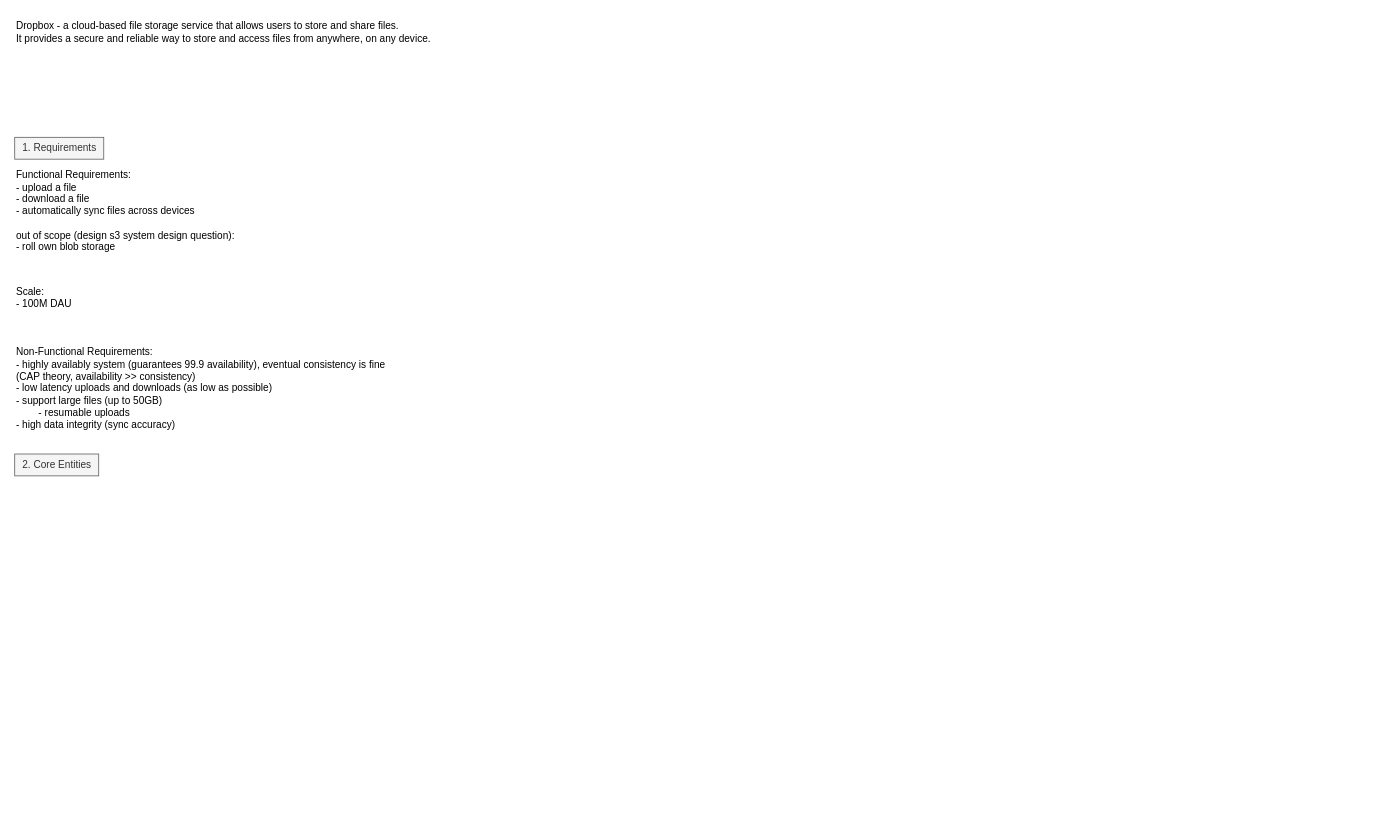
Above: page "dropbox" (3 of 3) of system_design.drawio in lacrimae/system_design_practice (draw.io), before the change. Source tidied: cells renumbered, new cells numbered last; positions are measured from the earlier drawing's top-left corner, leaving out a move shared by most shapes. Both pictures are drawn from the tidied source at 84%, with x=0, y=0 at pixel (14, 14).
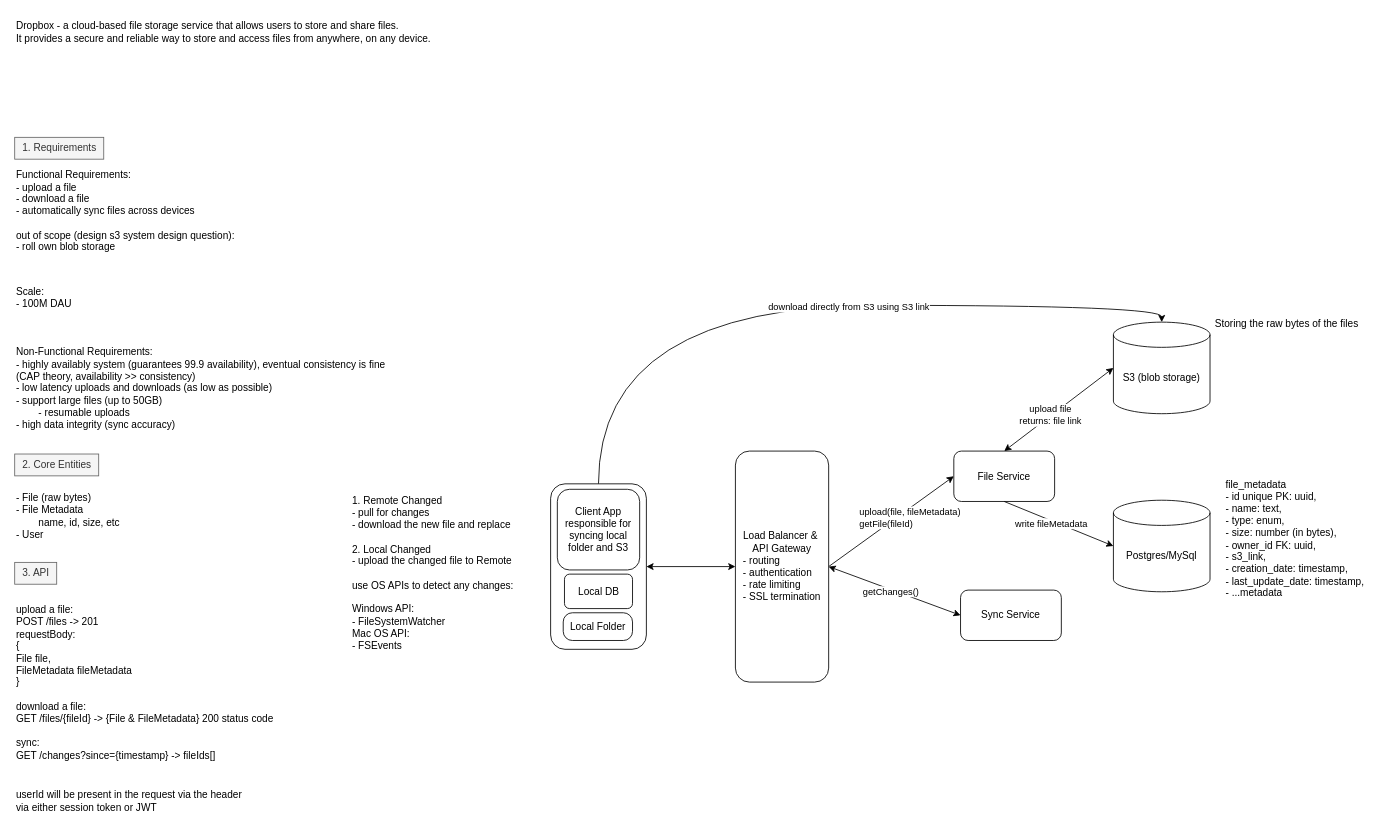
After the change.

The edit, as a diff of the source:
```diff
@@
+    <mxCell id="8" value="- File (raw bytes)&lt;div&gt;- File Metadata&lt;br&gt;&lt;span style=&quot;white-space: pre;&quot;&gt;&#9;&lt;/span&gt;name, id, size, etc&lt;br&gt;&lt;/div&gt;&lt;div&gt;- User&lt;/div&gt;" style="text;html=1;align=left;verticalAlign=middle;strokeColor=none;fillColor=none;" parent="1" vertex="1">
+      <mxGeometry y="562" width="141" height="70" as="geometry" />
+    </mxCell>
+    <mxCell id="9" value="3. API" style="text;html=1;align=center;verticalAlign=middle;strokeColor=#666666;fillColor=#f5f5f5;fontColor=#333333;" parent="1" vertex="1">
+      <mxGeometry y="652" width="50" height="26" as="geometry" />
+    </mxCell>
+    <mxCell id="10" value="&lt;div&gt;upload a file:&lt;/div&gt;POST /files -&amp;gt; 201&lt;div&gt;requestBody:&amp;nbsp;&lt;/div&gt;&lt;div&gt;{&lt;/div&gt;&lt;div&gt;File file,&lt;/div&gt;&lt;div&gt;FileMetadata fileMetadata&lt;/div&gt;&lt;div&gt;}&lt;br&gt;&lt;div&gt;&lt;br&gt;&lt;/div&gt;&lt;div&gt;download a file:&lt;/div&gt;&lt;div&gt;GET /files/{fileId} -&amp;gt; {File &amp;amp; FileMetadata} 200 status code&lt;/div&gt;&lt;div&gt;&lt;br&gt;&lt;/div&gt;&lt;div&gt;sync:&lt;/div&gt;&lt;div&gt;GET /changes?since={timestamp} -&amp;gt; fileIds[]&lt;/div&gt;&lt;/div&gt;" style="text;html=1;align=left;verticalAlign=middle;strokeColor=none;fillColor=none;" parent="1" vertex="1">
+      <mxGeometry y="695" width="324" height="199" as="geometry" />
+    </mxCell>
+    <mxCell id="11" value="userId will be present in the request via the header&lt;div&gt;via either session token or JWT&lt;/div&gt;" style="text;html=1;align=left;verticalAlign=middle;strokeColor=none;fillColor=none;" parent="1" vertex="1">
+      <mxGeometry y="915" width="287" height="41" as="geometry" />
+    </mxCell>
+    <mxCell id="12" style="edgeStyle=orthogonalEdgeStyle;rounded=0;jettySize=auto;html=1;exitX=1;exitY=0.5;exitDx=0;exitDy=0;entryX=0;entryY=0.5;entryDx=0;entryDy=0;startArrow=classic;startFill=1;" parent="1" edge="1" source="16" target="21">
+      <mxGeometry relative="1" as="geometry" />
+    </mxCell>
+    <mxCell id="13" value="File Service" style="rounded=1;whiteSpace=wrap;html=1;" parent="1" vertex="1">
+      <mxGeometry x="1118" y="519.5" width="120" height="60" as="geometry" />
+    </mxCell>
+    <mxCell id="14" style="edgeStyle=orthogonalEdgeStyle;rounded=0;jettySize=auto;html=1;exitX=0.5;exitY=0;exitDx=0;exitDy=0;entryX=0.5;entryY=0;entryDx=0;entryDy=0;entryPerimeter=0;curved=1;" parent="1" edge="1" source="16" target="22">
+      <mxGeometry relative="1" as="geometry" />
+    </mxCell>
+    <mxCell id="15" value="download directly from S3 using S3 link" style="edgeLabel;html=1;align=center;verticalAlign=middle;" parent="14" vertex="1">
+      <mxGeometry x="0.13" y="-1" relative="1" as="geometry" />
+    </mxCell>
+    <mxCell id="16" style="rounded=1;whiteSpace=wrap;html=1;" parent="1" vertex="1">
+      <mxGeometry x="638" y="558.5" width="114" height="197" as="geometry" />
+    </mxCell>
+    <mxCell id="17" style="rounded=0;jettySize=auto;html=1;exitX=1;exitY=0.5;exitDx=0;exitDy=0;entryX=0;entryY=0.5;entryDx=0;entryDy=0;" parent="1" edge="1" source="21" target="13">
+      <mxGeometry relative="1" as="geometry" />
+    </mxCell>
+    <mxCell id="18" value="upload(file, fileMetadata)&lt;div&gt;getFile(fileId)&lt;/div&gt;" style="edgeLabel;html=1;align=left;verticalAlign=middle;" parent="17" vertex="1">
+      <mxGeometry x="0.03" y="4" relative="1" as="geometry">
+        <mxPoint x="-40" as="offset" />
+      </mxGeometry>
+    </mxCell>
+    <mxCell id="19" style="rounded=0;jettySize=auto;html=1;exitX=1;exitY=0.5;exitDx=0;exitDy=0;entryX=0;entryY=0.5;entryDx=0;entryDy=0;startArrow=classic;startFill=1;" parent="1" edge="1" source="21" target="33">
+      <mxGeometry relative="1" as="geometry" />
+    </mxCell>
+    <mxCell id="20" value="getChanges()" style="edgeLabel;html=1;align=center;verticalAlign=middle;" parent="19" vertex="1">
+      <mxGeometry x="-0.06" y="-2" relative="1" as="geometry" />
+    </mxCell>
+    <mxCell id="21" value="Load Balancer &amp;amp;&amp;nbsp;&lt;div&gt;API Gateway&lt;/div&gt;&lt;div style=&quot;text-align: left;&quot;&gt;- routing&lt;/div&gt;&lt;div style=&quot;text-align: left;&quot;&gt;- authentication&lt;/div&gt;&lt;div style=&quot;text-align: left;&quot;&gt;- rate limiting&lt;/div&gt;&lt;div style=&quot;text-align: left;&quot;&gt;- SSL termination&lt;/div&gt;" style="rounded=1;whiteSpace=wrap;html=1;" parent="1" vertex="1">
+      <mxGeometry x="858" y="519.5" width="111" height="275" as="geometry" />
+    </mxCell>
+    <mxCell id="22" value="S3 (blob storage)" style="shape=cylinder3;whiteSpace=wrap;html=1;boundedLbl=1;backgroundOutline=1;size=15;" parent="1" vertex="1">
+      <mxGeometry x="1308" y="366" width="115" height="109" as="geometry" />
+    </mxCell>
+    <mxCell id="23" value="Postgres/MySql" style="shape=cylinder3;whiteSpace=wrap;html=1;boundedLbl=1;backgroundOutline=1;size=15;" parent="1" vertex="1">
+      <mxGeometry x="1308" y="578" width="115" height="109" as="geometry" />
+    </mxCell>
+    <mxCell id="24" style="rounded=0;jettySize=auto;html=1;exitX=0.5;exitY=0;exitDx=0;exitDy=0;entryX=0;entryY=0.5;entryDx=0;entryDy=0;entryPerimeter=0;startArrow=classic;startFill=1;" parent="1" edge="1" source="13" target="22">
+      <mxGeometry relative="1" as="geometry" />
+    </mxCell>
+    <mxCell id="25" value="upload file&lt;div&gt;returns: file link&lt;/div&gt;" style="edgeLabel;html=1;align=center;verticalAlign=middle;" parent="24" vertex="1">
+      <mxGeometry x="-0.16" y="1" relative="1" as="geometry" />
+    </mxCell>
+    <mxCell id="26" style="rounded=0;jettySize=auto;html=1;exitX=0.5;exitY=1;exitDx=0;exitDy=0;entryX=0;entryY=0.5;entryDx=0;entryDy=0;entryPerimeter=0;" parent="1" edge="1" source="13" target="23">
+      <mxGeometry relative="1" as="geometry" />
+    </mxCell>
+    <mxCell id="27" value="write fileMetadata" style="edgeLabel;html=1;align=center;verticalAlign=middle;" parent="26" vertex="1">
+      <mxGeometry x="-0.13" y="-3" relative="1" as="geometry" />
+    </mxCell>
+    <mxCell id="28" value="file_metadata&lt;div&gt;- id unique PK: uuid,&lt;/div&gt;&lt;div&gt;- name: text,&lt;/div&gt;&lt;div&gt;- type: enum,&lt;/div&gt;&lt;div&gt;- size: number (in bytes),&lt;/div&gt;&lt;div&gt;- owner_id FK: uuid,&lt;/div&gt;&lt;div&gt;- s3_link,&lt;/div&gt;&lt;div&gt;- creation_date: timestamp,&lt;/div&gt;&lt;div&gt;- last_update_date: timestamp,&lt;/div&gt;&lt;div&gt;- ...metadata&lt;/div&gt;" style="text;html=1;align=left;verticalAlign=middle;strokeColor=none;fillColor=none;" parent="1" vertex="1">
+      <mxGeometry x="1440" y="546" width="183" height="156" as="geometry" />
+    </mxCell>
+    <mxCell id="29" value="Storing the raw bytes of the files" style="text;html=1;align=center;verticalAlign=middle;strokeColor=none;fillColor=none;" parent="1" vertex="1">
+      <mxGeometry x="1419" y="355" width="189" height="26" as="geometry" />
+    </mxCell>
+    <mxCell id="30" value="Local Folder" style="rounded=1;whiteSpace=wrap;html=1;arcSize=33;" parent="1" vertex="1">
+      <mxGeometry x="653" y="712" width="82.5" height="33" as="geometry" />
+    </mxCell>
+    <mxCell id="31" value="Client App&lt;div&gt;responsible for syncing local folder and S3&lt;/div&gt;" style="rounded=1;whiteSpace=wrap;html=1;" parent="1" vertex="1">
+      <mxGeometry x="646" y="565" width="98" height="96" as="geometry" />
+    </mxCell>
+    <mxCell id="32" value="1. Remote Changed&lt;div&gt;- pull for changes&lt;/div&gt;&lt;div&gt;- download the new file and replace&lt;/div&gt;&lt;div&gt;&lt;br&gt;&lt;/div&gt;&lt;div&gt;2. Local Changed&lt;/div&gt;&lt;div&gt;- upload the changed file to Remote&lt;/div&gt;&lt;div&gt;&lt;br&gt;&lt;/div&gt;&lt;div&gt;use OS APIs to detect any changes:&lt;/div&gt;&lt;div&gt;&lt;br&gt;&lt;/div&gt;&lt;div&gt;Windows API:&amp;nbsp;&lt;/div&gt;&lt;div&gt;- FileSystemWatcher&lt;/div&gt;&lt;div&gt;Mac OS API:&lt;/div&gt;&lt;div&gt;- FSEvents&lt;/div&gt;" style="text;html=1;align=left;verticalAlign=middle;strokeColor=none;fillColor=none;" parent="1" vertex="1">
+      <mxGeometry x="400" y="565" width="210" height="199" as="geometry" />
+    </mxCell>
+    <mxCell id="33" value="Sync Service" style="rounded=1;whiteSpace=wrap;html=1;" parent="1" vertex="1">
+      <mxGeometry x="1126" y="685" width="120" height="60" as="geometry" />
+    </mxCell>
+    <mxCell id="34" value="Local DB" style="rounded=1;whiteSpace=wrap;html=1;" parent="1" vertex="1">
+      <mxGeometry x="654.5" y="666" width="81" height="41" as="geometry" />
+    </mxCell>
```
